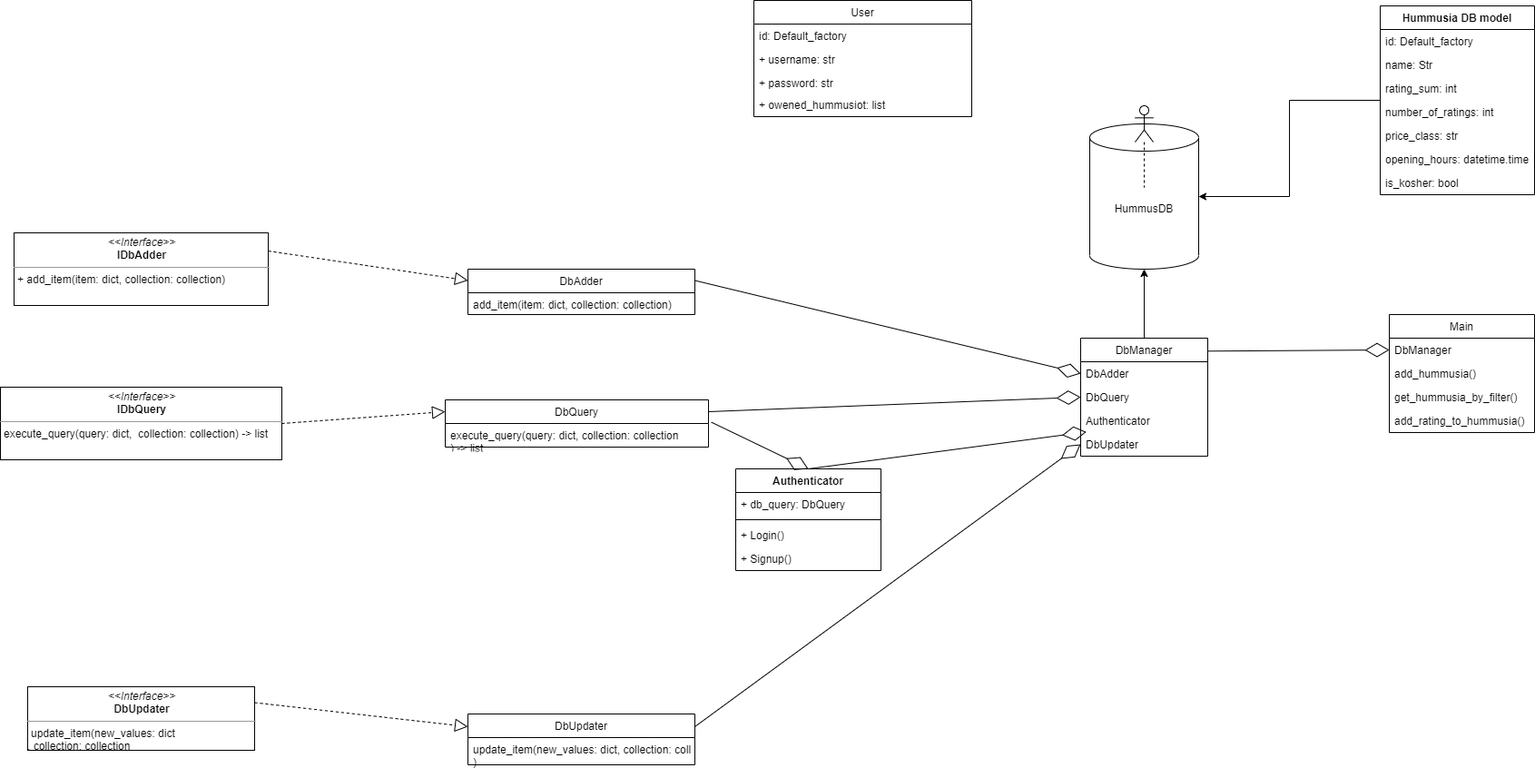
The draw.io diagram hummusDB.png in almog674/love_hummus_backend, before a commit. Source tidied: cells renumbered, new cells last; positions are measured from the earlier drawing's top-left corner, leaving out a move shared by most shapes.
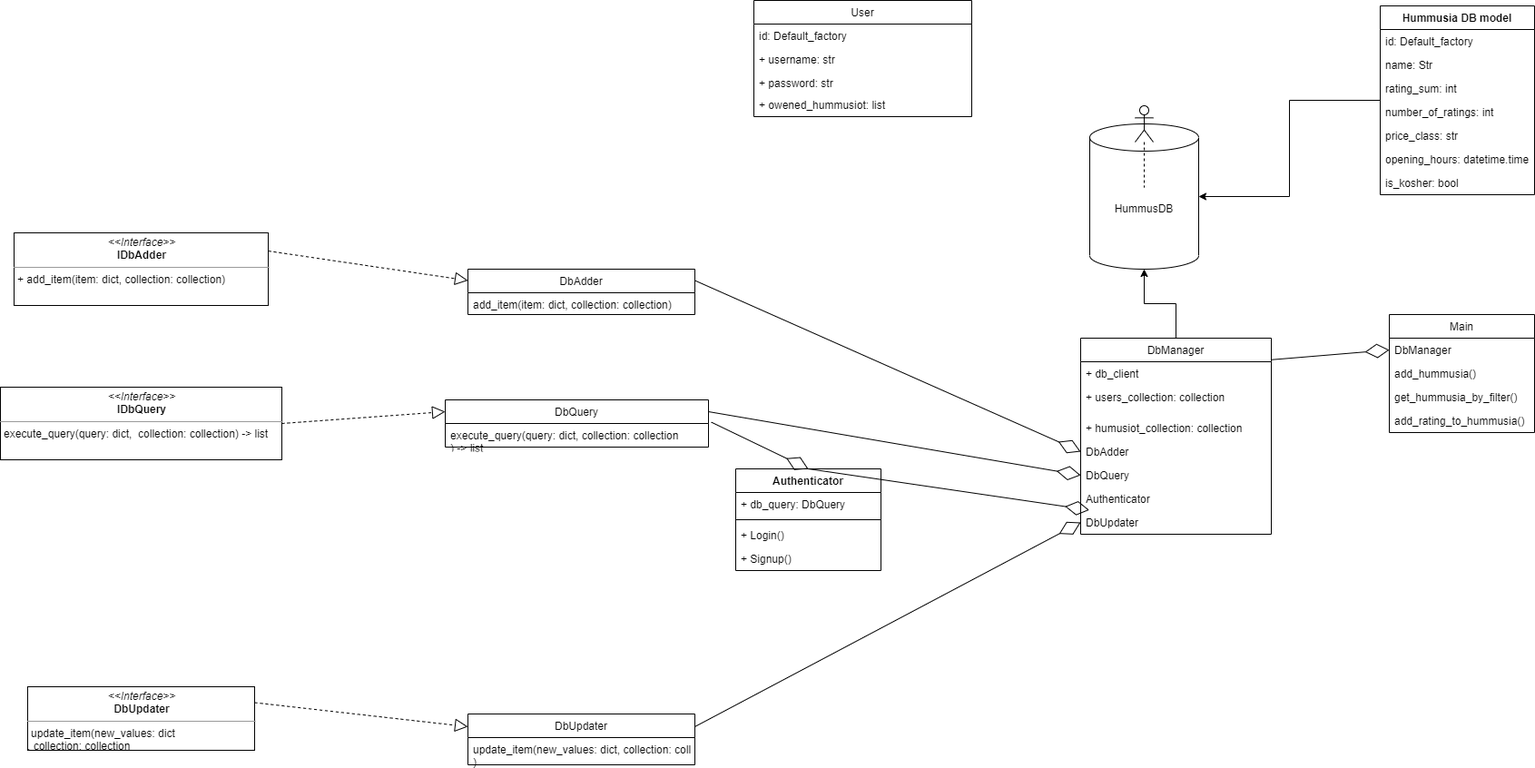
The same diagram one commit later.

Change to the diagram source:
```diff
@@ -24,19 +24,28 @@
       <mxGeometry relative="1" as="geometry" />
     </mxCell>
     <mxCell id="9" value="DbManager" style="swimlane;fontStyle=0;horizontal=1;startSize=26;fillColor=none;" parent="1" vertex="1">
-      <mxGeometry x="1190" y="372" width="140" height="130" as="geometry" />
+      <mxGeometry x="1190" y="372" width="210" height="216" as="geometry" />
     </mxCell>
+    <mxCell id="52" value="+ db_client" style="text;strokeColor=none;fillColor=none;align=left;verticalAlign=top;spacingLeft=4;spacingRight=4;overflow=hidden;" parent="9" vertex="1">
+      <mxGeometry y="26" width="210" height="26" as="geometry" />
+    </mxCell>
+    <mxCell id="53" value="+ users_collection: collection" style="text;strokeColor=none;fillColor=none;align=left;verticalAlign=top;spacingLeft=4;spacingRight=4;overflow=hidden;" parent="9" vertex="1">
+      <mxGeometry y="52" width="210" height="34" as="geometry" />
+    </mxCell>
+    <mxCell id="54" value="+ humusiot_collection: collection" style="text;strokeColor=none;fillColor=none;align=left;verticalAlign=top;spacingLeft=4;spacingRight=4;overflow=hidden;" parent="9" vertex="1">
+      <mxGeometry y="86" width="210" height="26" as="geometry" />
+    </mxCell>
     <mxCell id="10" value="DbAdder" style="text;strokeColor=none;fillColor=none;align=left;verticalAlign=top;spacingLeft=4;spacingRight=4;overflow=hidden;points=[[0,0.5],[1,0.5]];portConstraint=eastwest;" parent="9" vertex="1">
-      <mxGeometry y="26" width="140" height="26" as="geometry" />
+      <mxGeometry y="112" width="210" height="26" as="geometry" />
     </mxCell>
     <mxCell id="11" value="DbQuery" style="text;strokeColor=none;fillColor=none;align=left;verticalAlign=top;spacingLeft=4;spacingRight=4;overflow=hidden;points=[[0,0.5],[1,0.5]];portConstraint=eastwest;" parent="9" vertex="1">
-      <mxGeometry y="52" width="140" height="26" as="geometry" />
+      <mxGeometry y="138" width="210" height="26" as="geometry" />
     </mxCell>
     <mxCell id="12" value="Authenticator" style="text;strokeColor=none;fillColor=none;align=left;verticalAlign=top;spacingLeft=4;spacingRight=4;overflow=hidden;points=[[0,0.5],[1,0.5]];portConstraint=eastwest;" parent="9" vertex="1">
-      <mxGeometry y="78" width="140" height="26" as="geometry" />
+      <mxGeometry y="164" width="210" height="26" as="geometry" />
     </mxCell>
     <mxCell id="13" value="DbUpdater" style="text;strokeColor=none;fillColor=none;align=left;verticalAlign=top;spacingLeft=4;spacingRight=4;overflow=hidden;points=[[0,0.5],[1,0.5]];portConstraint=eastwest;" parent="9" vertex="1">
-      <mxGeometry y="104" width="140" height="26" as="geometry" />
+      <mxGeometry y="190" width="210" height="26" as="geometry" />
     </mxCell>
     <mxCell id="14" style="shape=umlLifeline;participant=umlActor;perimeter=lifelinePerimeter;whiteSpace=wrap;html=1;verticalAlign=top;spacingTop=36;" parent="1" vertex="1">
       <mxGeometry x="1250" y="116" width="20" height="90" as="geometry" />
```
